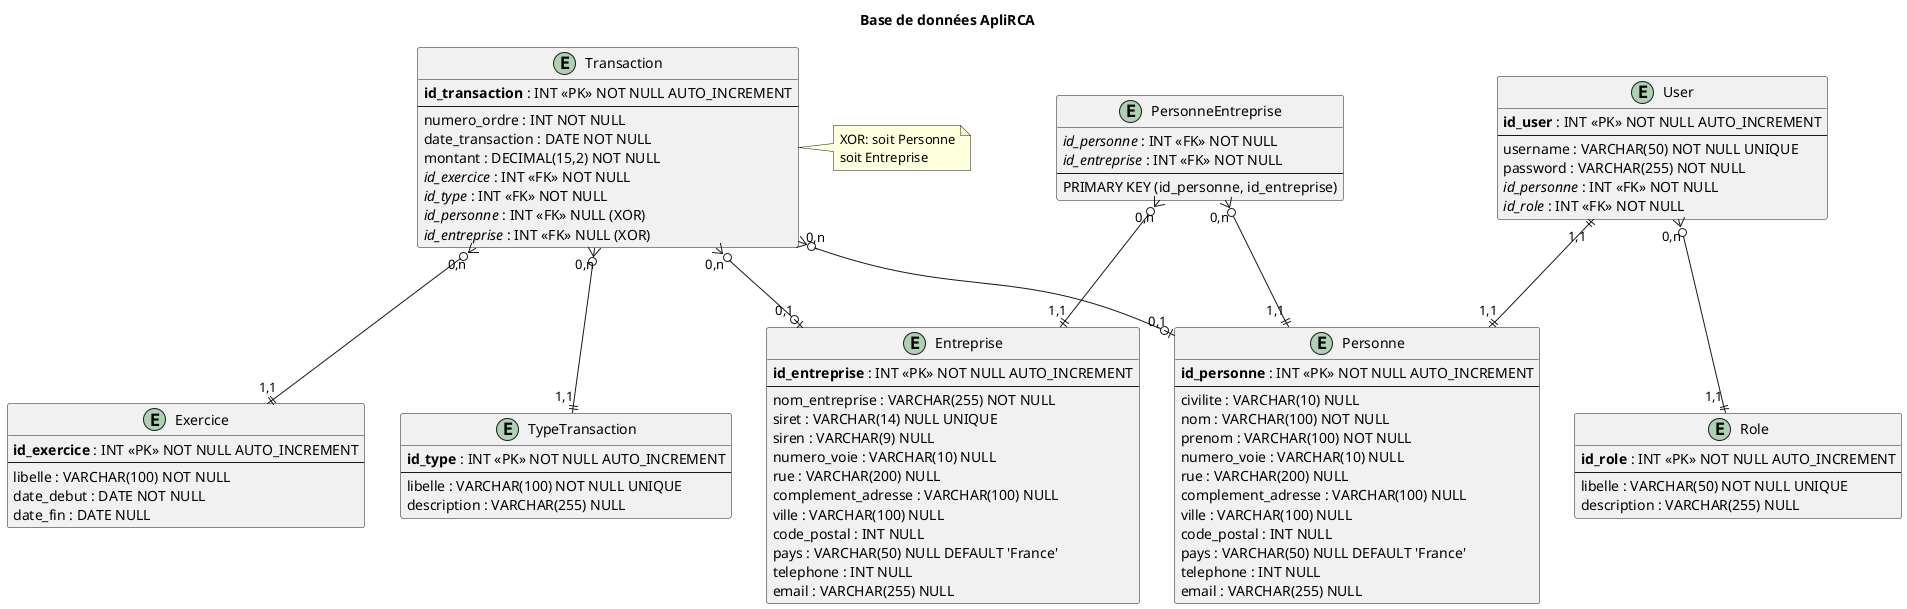
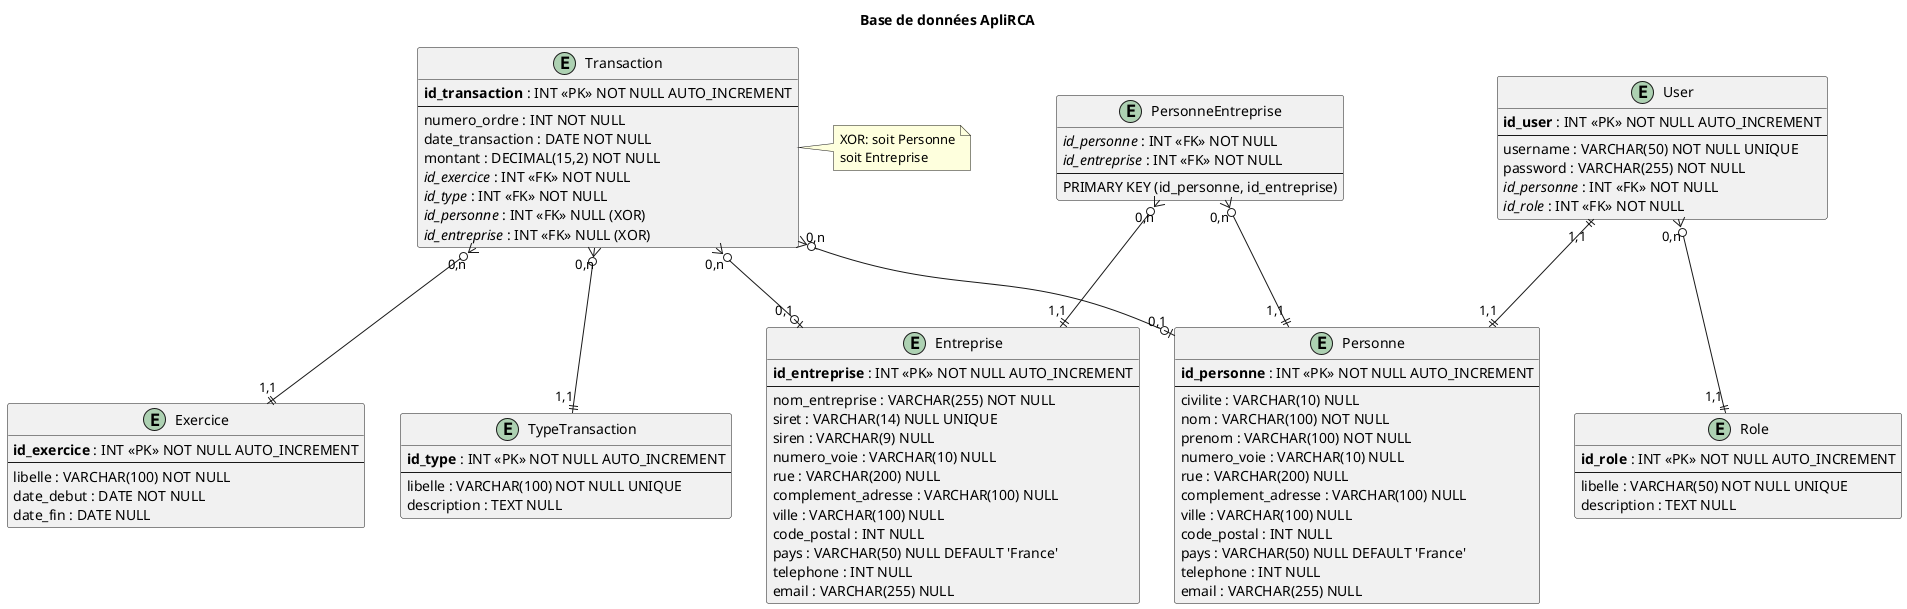
@startuml ApliRCA_Database_Diagram

title Base de données ApliRCA

' Tables de référence
entity "Role" as Role {
  **id_role** : INT <<PK>> NOT NULL AUTO_INCREMENT
  --
  libelle : VARCHAR(50) NOT NULL UNIQUE
-   description : VARCHAR(255) NULL
+   description : TEXT NULL
}

entity "TypeTransaction" as TypeTransaction {
  **id_type** : INT <<PK>> NOT NULL AUTO_INCREMENT
  --
  libelle : VARCHAR(100) NOT NULL UNIQUE
-   description : VARCHAR(255) NULL
+   description : TEXT NULL
}

entity "Exercice" as Exercice {
  **id_exercice** : INT <<PK>> NOT NULL AUTO_INCREMENT
  --
  libelle : VARCHAR(100) NOT NULL
  date_debut : DATE NOT NULL
  date_fin : DATE NULL
}

' Tables principales
entity "Personne" as Personne {
  **id_personne** : INT <<PK>> NOT NULL AUTO_INCREMENT
  --
  civilite : VARCHAR(10) NULL
  nom : VARCHAR(100) NOT NULL
  prenom : VARCHAR(100) NOT NULL
  numero_voie : VARCHAR(10) NULL
  rue : VARCHAR(200) NULL
  complement_adresse : VARCHAR(100) NULL
  ville : VARCHAR(100) NULL
  code_postal : INT NULL
  pays : VARCHAR(50) NULL DEFAULT 'France'
  telephone : INT NULL
  email : VARCHAR(255) NULL
}

entity "Entreprise" as Entreprise {
  **id_entreprise** : INT <<PK>> NOT NULL AUTO_INCREMENT
  --
  nom_entreprise : VARCHAR(255) NOT NULL
  siret : VARCHAR(14) NULL UNIQUE
  siren : VARCHAR(9) NULL
  numero_voie : VARCHAR(10) NULL
  rue : VARCHAR(200) NULL
  complement_adresse : VARCHAR(100) NULL
  ville : VARCHAR(100) NULL
  code_postal : INT NULL
  pays : VARCHAR(50) NULL DEFAULT 'France'
  telephone : INT NULL
  email : VARCHAR(255) NULL
}

entity "User" as User {
  **id_user** : INT <<PK>> NOT NULL AUTO_INCREMENT
  --
  username : VARCHAR(50) NOT NULL UNIQUE
  password : VARCHAR(255) NOT NULL
  //id_personne// : INT <<FK>> NOT NULL
  //id_role// : INT <<FK>> NOT NULL
}

entity "PersonneEntreprise" as PersonneEntreprise {
  //id_personne// : INT <<FK>> NOT NULL
  //id_entreprise// : INT <<FK>> NOT NULL
  --
  PRIMARY KEY (id_personne, id_entreprise)
}

entity "Transaction" as Transaction {
  **id_transaction** : INT <<PK>> NOT NULL AUTO_INCREMENT
  --
  numero_ordre : INT NOT NULL
  date_transaction : DATE NOT NULL
  montant : DECIMAL(15,2) NOT NULL
  //id_exercice// : INT <<FK>> NOT NULL
  //id_type// : INT <<FK>> NOT NULL
  //id_personne// : INT <<FK>> NULL (XOR)
  //id_entreprise// : INT <<FK>> NULL (XOR)
}

' Relations
User ||--|| Personne : "1,1" "1,1"
User }o--|| Role : "0,n" "1,1"

PersonneEntreprise }o--|| Personne : "0,n" "1,1"
PersonneEntreprise }o--|| Entreprise : "0,n" "1,1"

Transaction }o--|| Exercice : "0,n" "1,1"
Transaction }o--|| TypeTransaction : "0,n" "1,1"
Transaction }o--o| Personne : "0,n" "0,1"
Transaction }o--o| Entreprise : "0,n" "0,1"

note right of Transaction : XOR: soit Personne\nsoit Entreprise

@enduml